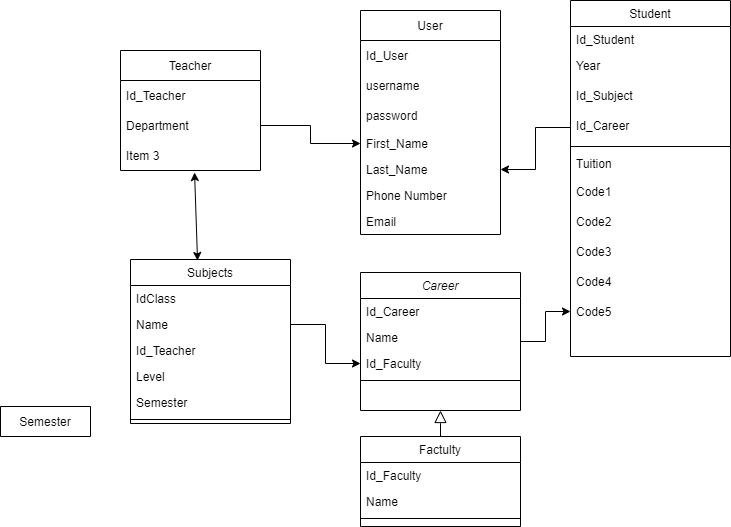
GuilleAlvarado/draw keeps this draw.io diagram as Untitled Diagram.drawio.png. Above is the earlier version. Source tidied: cells renumbered, new cells last; positions are measured from the earlier drawing's top-left corner, leaving out a move shared by most shapes.
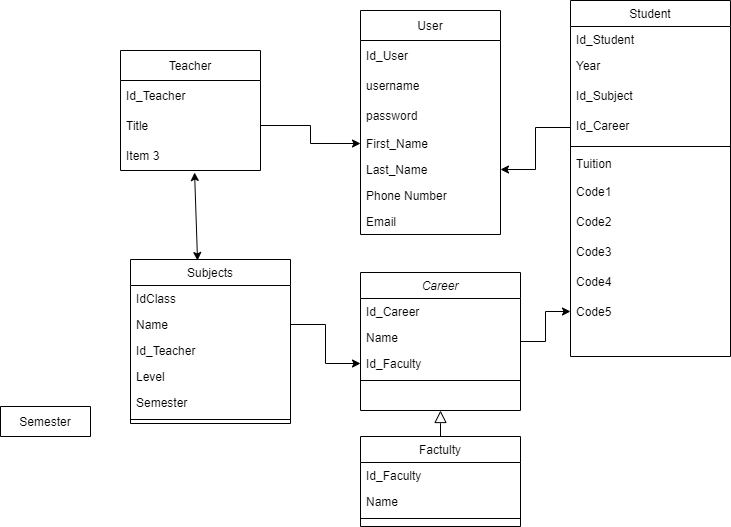
The same diagram one commit later.

What changed in the source:
```diff
@@ -125,7 +125,7 @@
     <mxCell id="42" value="Id_Teacher" style="text;strokeColor=none;fillColor=none;align=left;verticalAlign=middle;spacingLeft=4;spacingRight=4;overflow=hidden;" parent="41" vertex="1">
       <mxGeometry y="30" width="140" height="30" as="geometry" />
     </mxCell>
-    <mxCell id="43" value="Department" style="text;strokeColor=none;fillColor=none;align=left;verticalAlign=middle;spacingLeft=4;spacingRight=4;overflow=hidden;points=[[0,0.5],[1,0.5]];portConstraint=eastwest;" parent="41" vertex="1">
+    <mxCell id="43" value="Title" style="text;strokeColor=none;fillColor=none;align=left;verticalAlign=middle;spacingLeft=4;spacingRight=4;overflow=hidden;points=[[0,0.5],[1,0.5]];portConstraint=eastwest;" parent="41" vertex="1">
       <mxGeometry y="60" width="140" height="30" as="geometry" />
     </mxCell>
     <mxCell id="44" value="Item 3" style="text;strokeColor=none;fillColor=none;align=left;verticalAlign=middle;spacingLeft=4;spacingRight=4;overflow=hidden;points=[[0,0.5],[1,0.5]];portConstraint=eastwest;" parent="41" vertex="1">
```
